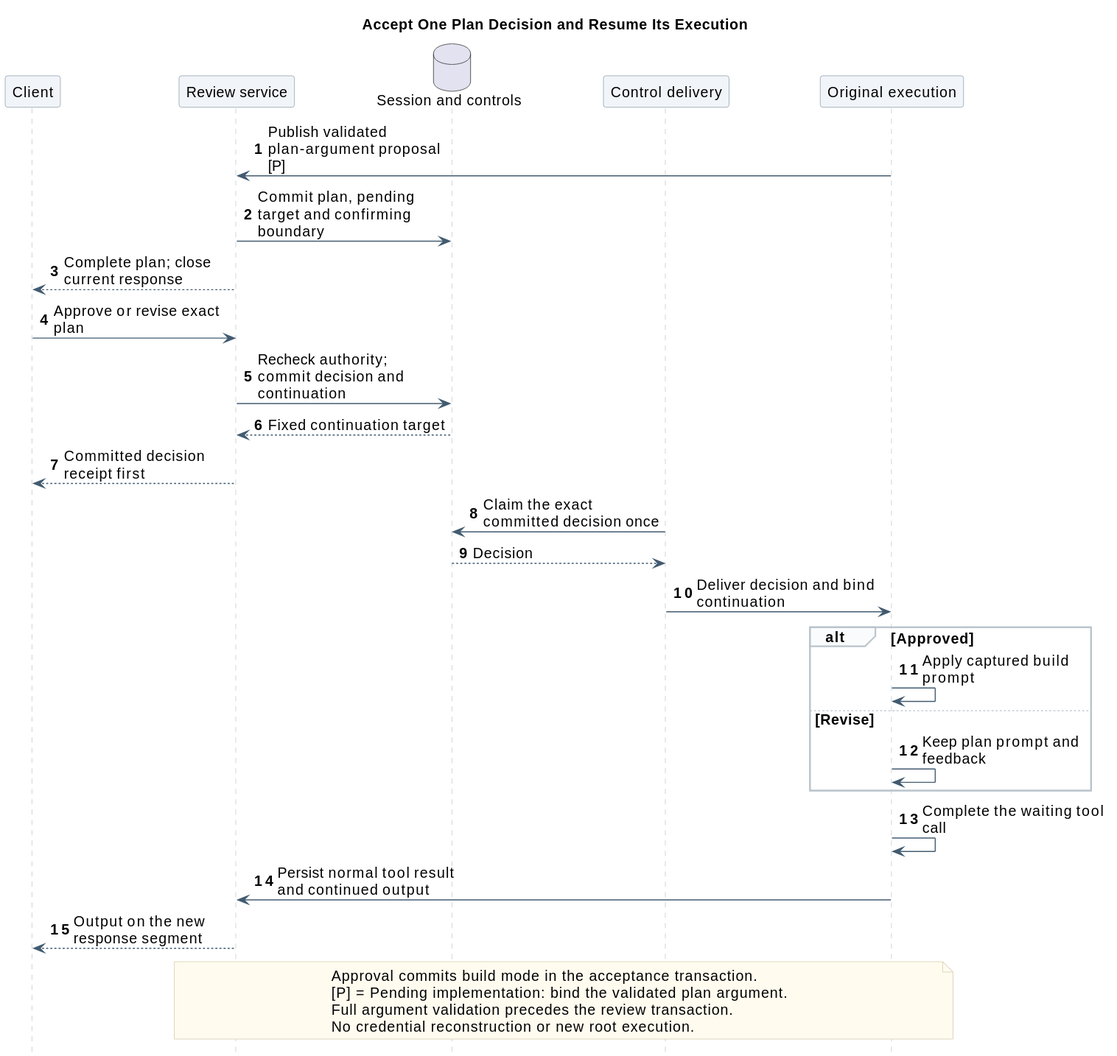
ssm0808/pi-mono-java-design keeps this PlantUML diagram as 01-总体架构/06-CampusClaw计划模式/plan_mode_review_sequence.svg. Above is the earlier version.
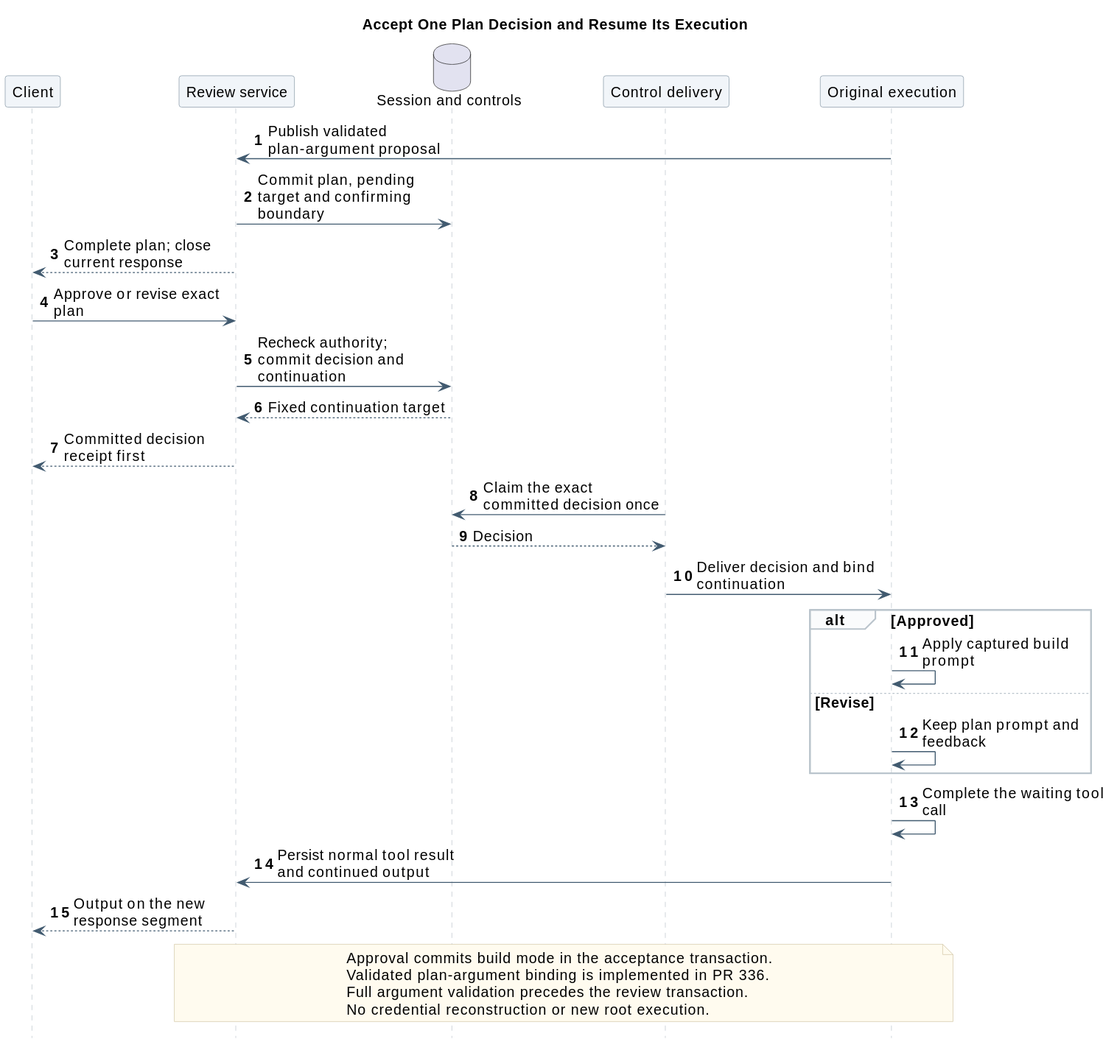
Above is the later version.

The edit, as a diff of the source:
```diff
@@ -22,7 +22,7 @@
 database "Session and controls" as DB
 participant "Control delivery" as Dispatch
 participant "Original execution" as Agent
-Agent -> Review : Publish validated plan-argument proposal [P]
+Agent -> Review : Publish validated plan-argument proposal
 Review -> DB : Commit plan, pending target and confirming boundary
 Review --> Client : Complete plan; close current response
 Client -> Review : Approve or revise exact plan
@@ -42,7 +42,7 @@
 Review --> Client : Output on the new response segment
 note over Review,Agent
   Approval commits build mode in the acceptance transaction.
-  [P] = Pending implementation: bind the validated plan argument.
+  Validated plan-argument binding is implemented in PR 336.
   Full argument validation precedes the review transaction.
   No credential reconstruction or new root execution.
 end note
```
